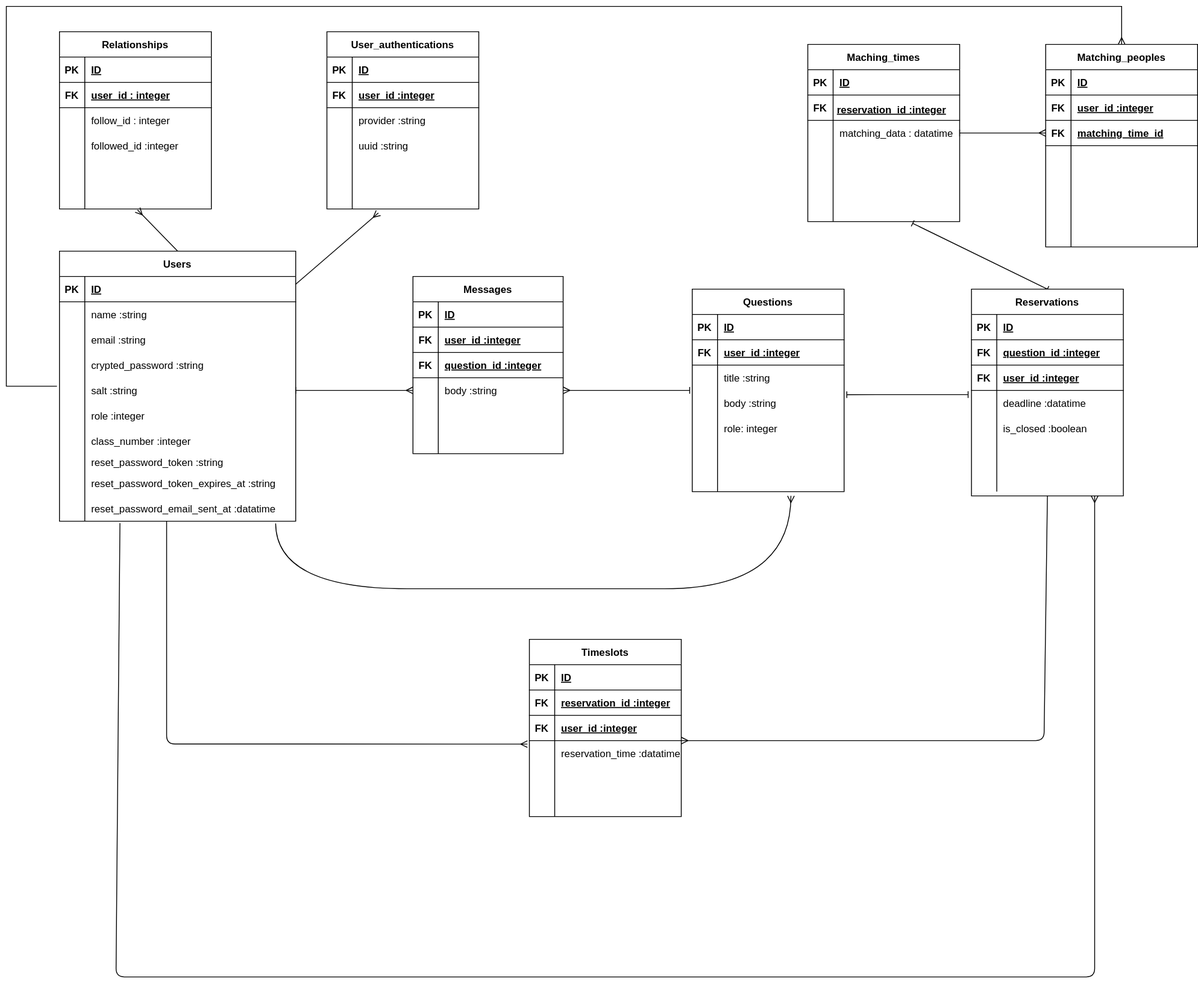
This is link_discord.svg from ys1227/link_discord, a draw.io export, as it was before one commit. Source tidied: cells renumbered, new cells last; positions are measured from the earlier drawing's top-left corner, leaving out a move shared by most shapes.
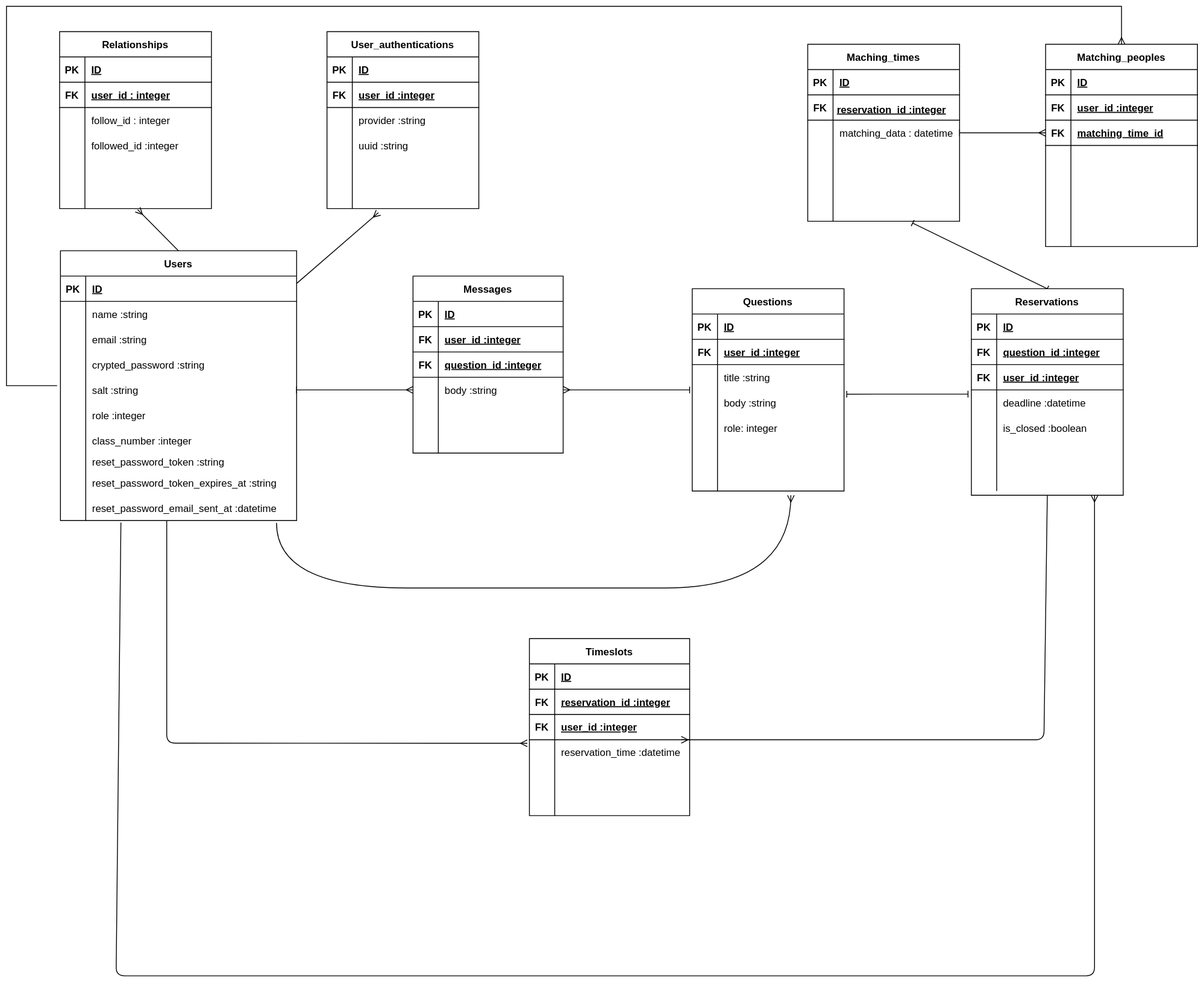
Above is the later version.

What changed in the source:
```diff
@@ -50,7 +50,7 @@
       <mxGeometry relative="1" as="geometry" />
     </mxCell>
     <mxCell id="8" value="Users" style="shape=table;startSize=30;rowLines=0;fontStyle=1;align=center;labelBackgroundColor=none;" parent="1" vertex="1">
-      <mxGeometry x="63" y="290" width="280" height="320" as="geometry" />
+      <mxGeometry x="64" y="290" width="280" height="320" as="geometry" />
     </mxCell>
     <mxCell id="9" style="shape=tableRow;horizontal=0;startSize=0;swimlaneHead=0;swimlaneBody=0;fillColor=none;top=0;left=0;right=0;bottom=1;" parent="8" vertex="1">
       <mxGeometry y="30" width="280" height="30" as="geometry" />
@@ -139,7 +139,7 @@
     <mxCell id="37" style="shape=partialRectangle;fillColor=none;top=0;left=0;bottom=0;right=0;overflow=hidden;" parent="36" vertex="1">
       <mxGeometry width="30" height="30" as="geometry" />
     </mxCell>
-    <mxCell id="38" value="reset_password_email_sent_at :datatime" style="shape=partialRectangle;fillColor=none;top=0;left=0;bottom=0;right=0;align=left;spacingLeft=6;overflow=hidden;" parent="36" vertex="1">
+    <mxCell id="38" value="reset_password_email_sent_at :datetime" style="shape=partialRectangle;fillColor=none;top=0;left=0;bottom=0;right=0;align=left;spacingLeft=6;overflow=hidden;" parent="36" vertex="1">
       <mxGeometry x="30" width="250" height="30" as="geometry" />
     </mxCell>
     <mxCell id="39" value="Questions" style="shape=table;startSize=30;rowLines=0;fontStyle=1;align=center;labelBackgroundColor=none;" parent="1" vertex="1">
@@ -406,7 +406,7 @@
     <mxCell id="126" style="shape=partialRectangle;fillColor=none;top=0;left=0;bottom=0;right=0;overflow=hidden;labelBackgroundColor=none;" parent="125" vertex="1">
       <mxGeometry width="30" height="30" as="geometry" />
     </mxCell>
-    <mxCell id="127" value="matching_data : datatime" style="shape=partialRectangle;fillColor=none;top=0;left=0;bottom=0;right=0;align=left;spacingLeft=6;overflow=hidden;labelBackgroundColor=none;" parent="125" vertex="1">
+    <mxCell id="127" value="matching_data : datetime" style="shape=partialRectangle;fillColor=none;top=0;left=0;bottom=0;right=0;align=left;spacingLeft=6;overflow=hidden;labelBackgroundColor=none;" parent="125" vertex="1">
       <mxGeometry x="30" width="150" height="30" as="geometry" />
     </mxCell>
     <mxCell id="128" style="shape=tableRow;horizontal=0;startSize=0;swimlaneHead=0;swimlaneBody=0;fillColor=none;top=0;left=0;right=0;bottom=0;labelBackgroundColor=none;" parent="118" vertex="1">
@@ -559,7 +559,7 @@
     <mxCell id="173" style="shape=partialRectangle;fillColor=none;top=0;left=0;bottom=0;right=0;overflow=hidden;labelBackgroundColor=none;" parent="172" vertex="1">
       <mxGeometry width="30" height="30" as="geometry" />
     </mxCell>
-    <mxCell id="174" value="deadline :datatime" style="shape=partialRectangle;fillColor=none;top=0;left=0;bottom=0;right=0;align=left;spacingLeft=6;overflow=hidden;labelBackgroundColor=none;" parent="172" vertex="1">
+    <mxCell id="174" value="deadline :datetime" style="shape=partialRectangle;fillColor=none;top=0;left=0;bottom=0;right=0;align=left;spacingLeft=6;overflow=hidden;labelBackgroundColor=none;" parent="172" vertex="1">
       <mxGeometry x="30" width="150" height="30" as="geometry" />
     </mxCell>
     <mxCell id="175" style="shape=tableRow;horizontal=0;startSize=0;swimlaneHead=0;swimlaneBody=0;fillColor=none;top=0;left=0;right=0;bottom=0;labelBackgroundColor=none;" parent="162" vertex="1">
@@ -590,61 +590,61 @@
       <mxGeometry x="30" width="150" height="30" as="geometry" />
     </mxCell>
     <mxCell id="184" value="Timeslots" style="shape=table;startSize=30;rowLines=0;fontStyle=1;align=center;labelBackgroundColor=none;" parent="1" vertex="1">
-      <mxGeometry x="620" y="750" width="180" height="210" as="geometry" />
+      <mxGeometry x="620" y="750" width="190" height="210" as="geometry" />
     </mxCell>
     <mxCell id="185" style="shape=tableRow;horizontal=0;startSize=0;swimlaneHead=0;swimlaneBody=0;fillColor=none;top=0;left=0;right=0;bottom=1;labelBackgroundColor=none;" parent="184" vertex="1">
-      <mxGeometry y="30" width="180" height="30" as="geometry" />
+      <mxGeometry y="30" width="190" height="30" as="geometry" />
     </mxCell>
     <mxCell id="186" value="PK" style="shape=partialRectangle;fillColor=none;top=0;left=0;bottom=0;right=0;fontStyle=1;overflow=hidden;labelBackgroundColor=none;" parent="185" vertex="1">
       <mxGeometry width="30" height="30" as="geometry" />
     </mxCell>
     <mxCell id="187" value="ID" style="shape=partialRectangle;fillColor=none;top=0;left=0;bottom=0;right=0;align=left;spacingLeft=6;fontStyle=5;overflow=hidden;labelBackgroundColor=none;" parent="185" vertex="1">
-      <mxGeometry x="30" width="150" height="30" as="geometry" />
+      <mxGeometry x="30" width="160" height="30" as="geometry" />
     </mxCell>
     <mxCell id="188" style="shape=tableRow;horizontal=0;startSize=0;swimlaneHead=0;swimlaneBody=0;fillColor=none;top=0;left=0;right=0;bottom=1;labelBackgroundColor=none;" parent="184" vertex="1">
-      <mxGeometry y="60" width="180" height="30" as="geometry" />
+      <mxGeometry y="60" width="190" height="30" as="geometry" />
     </mxCell>
     <mxCell id="189" value="FK" style="shape=partialRectangle;fillColor=none;top=0;left=0;bottom=0;right=0;fontStyle=1;overflow=hidden;labelBackgroundColor=none;" parent="188" vertex="1">
       <mxGeometry width="30" height="30" as="geometry" />
     </mxCell>
     <mxCell id="190" value="reservation_id :integer" style="shape=partialRectangle;fillColor=none;top=0;left=0;bottom=0;right=0;align=left;spacingLeft=6;fontStyle=5;overflow=hidden;labelBackgroundColor=none;" parent="188" vertex="1">
-      <mxGeometry x="30" width="150" height="30" as="geometry" />
+      <mxGeometry x="30" width="160" height="30" as="geometry" />
     </mxCell>
     <mxCell id="191" style="shape=tableRow;horizontal=0;startSize=0;swimlaneHead=0;swimlaneBody=0;fillColor=none;top=0;left=0;right=0;bottom=1;labelBackgroundColor=none;" parent="184" vertex="1">
-      <mxGeometry y="90" width="180" height="30" as="geometry" />
+      <mxGeometry y="90" width="190" height="30" as="geometry" />
     </mxCell>
     <mxCell id="192" style="shape=partialRectangle;fillColor=none;top=0;left=0;bottom=0;right=0;fontStyle=1;overflow=hidden;labelBackgroundColor=none;" parent="191" vertex="1">
       <mxGeometry width="30" height="30" as="geometry" />
     </mxCell>
     <mxCell id="193" value="user_id :integer" style="shape=partialRectangle;fillColor=none;top=0;left=0;bottom=0;right=0;align=left;spacingLeft=6;fontStyle=5;overflow=hidden;labelBackgroundColor=none;" parent="191" vertex="1">
-      <mxGeometry x="30" width="150" height="30" as="geometry" />
+      <mxGeometry x="30" width="160" height="30" as="geometry" />
     </mxCell>
     <mxCell id="194" style="shape=tableRow;horizontal=0;startSize=0;swimlaneHead=0;swimlaneBody=0;fillColor=none;points=[[0,0.5],[1,0.5]];portConstraint=eastwest;top=0;left=0;right=0;bottom=0;labelBackgroundColor=none;" parent="184" vertex="1">
-      <mxGeometry y="120" width="180" height="30" as="geometry" />
+      <mxGeometry y="120" width="190" height="30" as="geometry" />
     </mxCell>
     <mxCell id="195" style="shape=partialRectangle;fillColor=none;top=0;left=0;bottom=0;right=0;overflow=hidden;labelBackgroundColor=none;" parent="194" vertex="1">
       <mxGeometry width="30" height="30" as="geometry" />
     </mxCell>
-    <mxCell id="196" value="reservation_time :datatime" style="shape=partialRectangle;fillColor=none;top=0;left=0;bottom=0;right=0;align=left;spacingLeft=6;overflow=hidden;labelBackgroundColor=none;" parent="194" vertex="1">
-      <mxGeometry x="30" width="150" height="30" as="geometry" />
+    <mxCell id="196" value="reservation_time :datetime" style="shape=partialRectangle;fillColor=none;top=0;left=0;bottom=0;right=0;align=left;spacingLeft=6;overflow=hidden;labelBackgroundColor=none;" parent="194" vertex="1">
+      <mxGeometry x="30" width="160" height="30" as="geometry" />
     </mxCell>
     <mxCell id="197" style="shape=tableRow;horizontal=0;startSize=0;swimlaneHead=0;swimlaneBody=0;fillColor=none;top=0;left=0;right=0;bottom=0;labelBackgroundColor=none;" parent="184" vertex="1">
-      <mxGeometry y="150" width="180" height="30" as="geometry" />
+      <mxGeometry y="150" width="190" height="30" as="geometry" />
     </mxCell>
     <mxCell id="198" style="shape=partialRectangle;fillColor=none;top=0;left=0;bottom=0;right=0;overflow=hidden;labelBackgroundColor=none;" parent="197" vertex="1">
       <mxGeometry width="30" height="30" as="geometry" />
     </mxCell>
     <mxCell id="199" style="shape=partialRectangle;fillColor=none;top=0;left=0;bottom=0;right=0;align=left;spacingLeft=6;overflow=hidden;labelBackgroundColor=none;" parent="197" vertex="1">
-      <mxGeometry x="30" width="150" height="30" as="geometry" />
+      <mxGeometry x="30" width="160" height="30" as="geometry" />
     </mxCell>
     <mxCell id="200" style="shape=tableRow;horizontal=0;startSize=0;swimlaneHead=0;swimlaneBody=0;fillColor=none;top=0;left=0;right=0;bottom=0;labelBackgroundColor=none;" parent="184" vertex="1">
-      <mxGeometry y="180" width="180" height="30" as="geometry" />
+      <mxGeometry y="180" width="190" height="30" as="geometry" />
     </mxCell>
     <mxCell id="201" style="shape=partialRectangle;fillColor=none;top=0;left=0;bottom=0;right=0;overflow=hidden;labelBackgroundColor=none;" parent="200" vertex="1">
       <mxGeometry width="30" height="30" as="geometry" />
     </mxCell>
     <mxCell id="202" style="shape=partialRectangle;fillColor=none;top=0;left=0;bottom=0;right=0;align=left;spacingLeft=6;overflow=hidden;labelBackgroundColor=none;" parent="200" vertex="1">
-      <mxGeometry x="30" width="150" height="30" as="geometry" />
+      <mxGeometry x="30" width="160" height="30" as="geometry" />
     </mxCell>
     <mxCell id="203" style="edgeStyle=none;html=1;entryX=0;entryY=0.5;entryDx=0;entryDy=0;startArrow=baseDash;startFill=0;endArrow=ERmany;endFill=0;" parent="1" edge="1" source="21">
       <mxGeometry relative="1" as="geometry">
```
